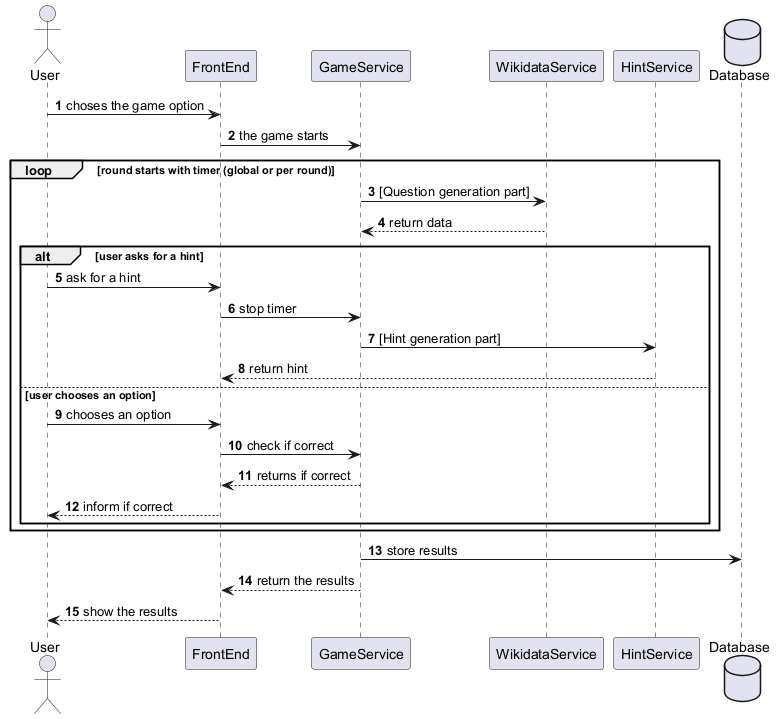
This is images/Game diagram.png from Arquisoft/wichat_en3a, a PlantUML export, as it was before one commit.
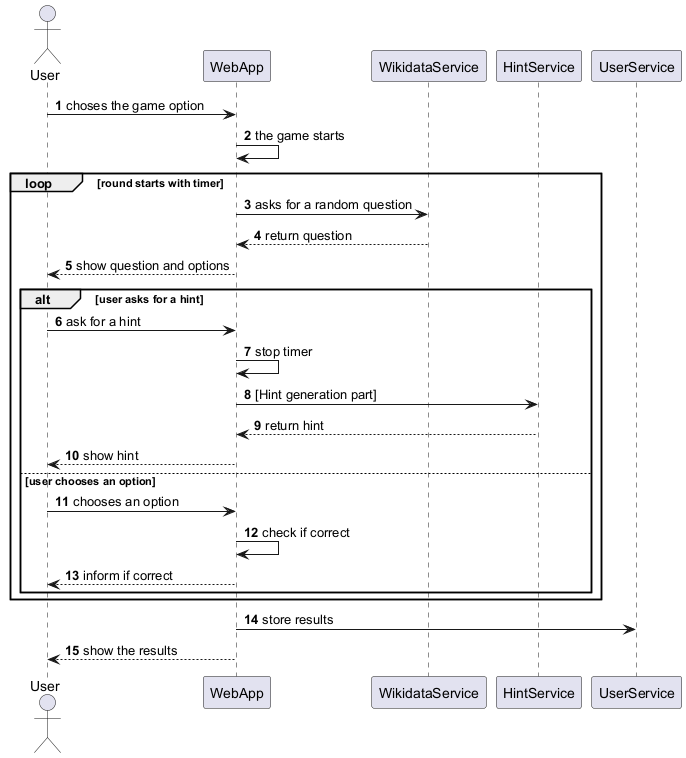
After the commit.

What changed in the source:
```diff
@@ -1,31 +1,30 @@
 @startuml
 autonumber
 actor User
-participant FrontEnd
-participant GameService
+participant WebApp
 participant WikidataService
 participant HintService
-database Database
+participant UserService
 
-User -> FrontEnd: choses the game option
-FrontEnd -> GameService: the game starts
-loop round starts with timer (global or per round)
-    GameService -> WikidataService: [Question generation part]
-    WikidataService --> GameService: return data
+User -> WebApp: choses the game option
+WebApp -> WebApp: the game starts
+loop round starts with timer
+    WebApp -> WikidataService: asks for a random question
+    WikidataService --> WebApp: return question
+    WebApp --> User: show question and options
     alt user asks for a hint
-        User -> FrontEnd: ask for a hint
-        FrontEnd -> GameService: stop timer
-        GameService -> HintService: [Hint generation part]
-        HintService --> FrontEnd: return hint
+        User -> WebApp: ask for a hint
+        WebApp -> WebApp: stop timer
+        WebApp -> HintService: [Hint generation part]
+        HintService --> WebApp: return hint
+        WebApp --> User: show hint
 
     else user chooses an option
-        User -> FrontEnd: chooses an option
-        FrontEnd -> GameService: check if correct
-        GameService --> FrontEnd: returns if correct
-        FrontEnd --> User: inform if correct
+        User -> WebApp: chooses an option
+        WebApp -> WebApp: check if correct
+        WebApp --> User: inform if correct
     end
 end
-GameService -> Database: store results
-GameService --> FrontEnd: return the results
-FrontEnd --> User: show the results
+WebApp -> UserService: store results
+WebApp --> User: show the results
 @enduml
```
